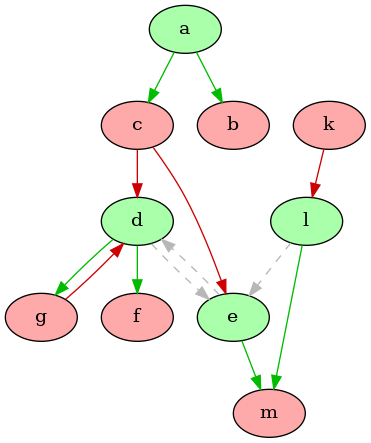
Earlier version of the Graphviz export XLoKR-2023/2-Statelog_version/output/colored_edge_graph.png (idaks/Games-and-Argumentation). Its source is kept beside it as XLoKR-2023/2-Statelog_version/output/colored_edge_graph.dot. Source of this version:
```dot
strict digraph "" {
	a	[fillcolor="#AAFFAA",
		style=filled];
	b	[fillcolor="#FFAAAA",
		style=filled];
	a -> b	[color="#00BB00",
		dir=forward];
	c	[fillcolor="#FFAAAA",
		style=filled];
	a -> c	[color="#00BB00",
		dir=forward];
	d	[fillcolor="#AAFFAA",
		style=filled];
	c -> d	[color="#CC0000",
		dir=forward];
	e	[fillcolor="#AAFFAA",
		style=filled];
	c -> e	[color="#CC0000",
		dir=forward];
	d -> e	[color="#b7b7b7",
		dir=forward,
		style=dashed];
	f	[fillcolor="#FFAAAA",
		style=filled];
	d -> f	[color="#00BB00",
		dir=forward];
	g	[fillcolor="#FFAAAA",
		style=filled];
	d -> g	[color="#00BB00",
		dir=forward];
	e -> d	[color="#b7b7b7",
		dir=forward,
		style=dashed];
	m	[fillcolor="#FFAAAA",
		style=filled];
	e -> m	[color="#00BB00",
		dir=forward];
	k	[fillcolor="#FFAAAA",
		style=filled];
	l	[fillcolor="#AAFFAA",
		style=filled];
	k -> l	[color="#CC0000",
		dir=forward];
	l -> e	[color="#b7b7b7",
		dir=forward,
		style=dashed];
	l -> m	[color="#00BB00",
		dir=forward];
	g -> d	[color="#CC0000",
		dir=forward];
}
```
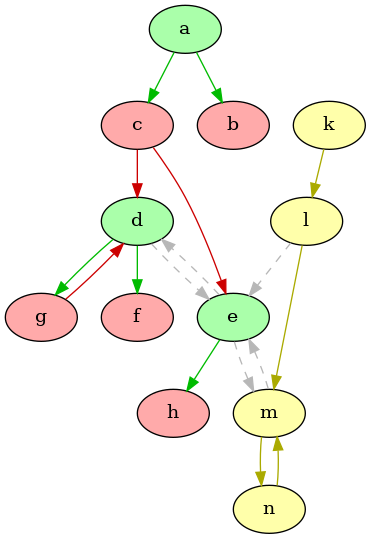
Later version of the same file.

What changed in the source:
```diff
@@ -31,21 +31,35 @@
 	e -> d	[color="#b7b7b7",
 		dir=forward,
 		style=dashed];
-	m	[fillcolor="#FFAAAA",
+	m	[fillcolor="#FFFFAA",
 		style=filled];
-	e -> m	[color="#00BB00",
+	e -> m	[color="#b7b7b7",
+		dir=forward,
+		style=dashed];
+	h	[fillcolor="#FFAAAA",
+		style=filled];
+	e -> h	[color="#00BB00",
 		dir=forward];
-	k	[fillcolor="#FFAAAA",
+	k	[fillcolor="#FFFFAA",
 		style=filled];
-	l	[fillcolor="#AAFFAA",
+	l	[fillcolor="#FFFFAA",
 		style=filled];
-	k -> l	[color="#CC0000",
+	k -> l	[color="#AAAA00",
 		dir=forward];
 	l -> e	[color="#b7b7b7",
 		dir=forward,
 		style=dashed];
-	l -> m	[color="#00BB00",
+	l -> m	[color="#AAAA00",
+		dir=forward];
+	m -> e	[color="#b7b7b7",
+		dir=forward,
+		style=dashed];
+	n	[fillcolor="#FFFFAA",
+		style=filled];
+	m -> n	[color="#AAAA00",
 		dir=forward];
 	g -> d	[color="#CC0000",
 		dir=forward];
+	n -> m	[color="#AAAA00",
+		dir=forward];
 }
```
